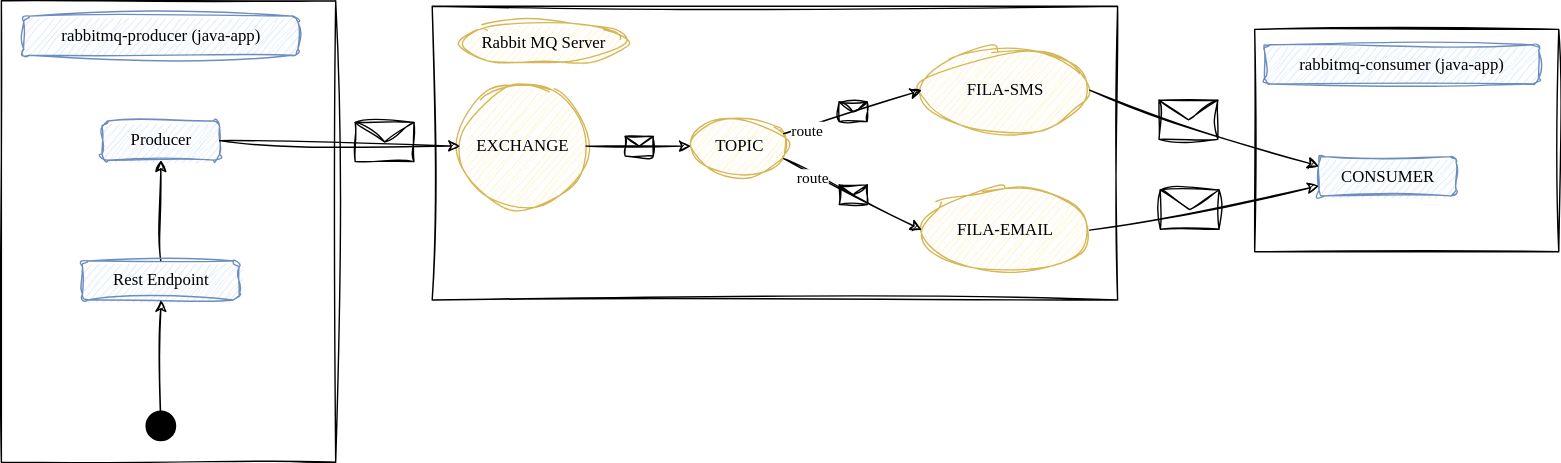
The draw.io diagram rabbitmq/arquitetura.drawio.svg in ramiralvesmelo/spring-boot-projetos, before a commit. Source tidied: cells renumbered, new cells last; positions are measured from the earlier drawing's top-left corner, leaving out a move shared by most shapes.
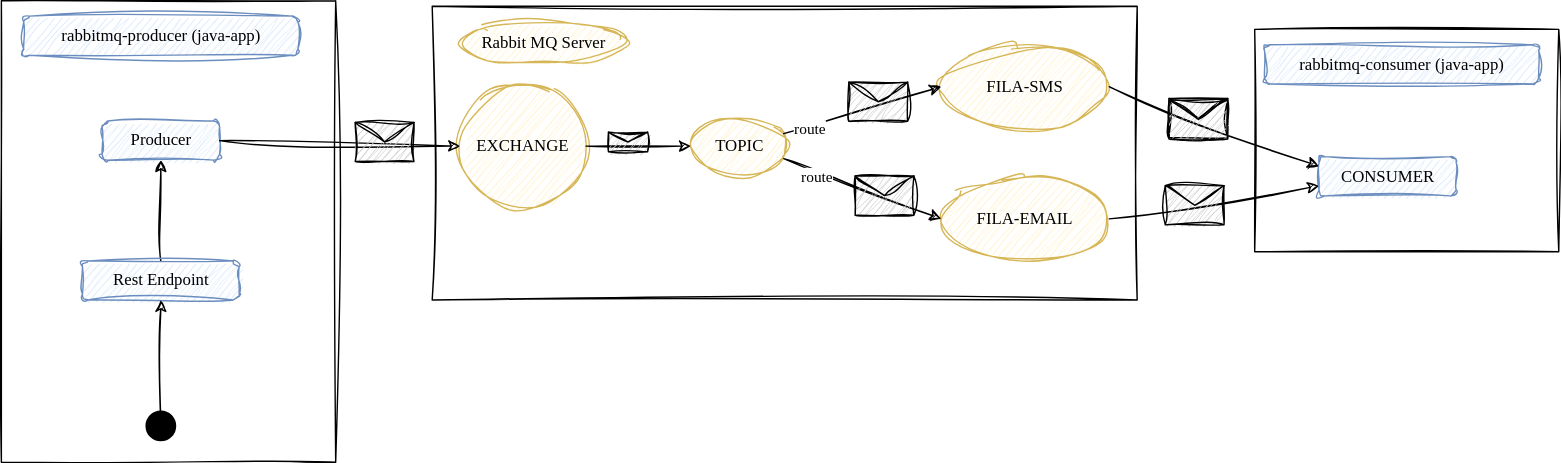
The same diagram one commit later.

Diff of the diagram source:
```diff
@@ -6,7 +6,7 @@
       <mxGeometry x="896" y="20.5" width="217.4" height="159" as="geometry" />
     </mxCell>
     <mxCell id="3" style="rounded=0;whiteSpace=wrap;html=1;shadow=0;sketch=1;strokeColor=#000000;fillColor=none;gradientColor=none;curveFitting=1;jiggle=2;fontFamily=Comic Sans MS;" parent="1" vertex="1">
-      <mxGeometry x="308" y="4" width="490" height="210" as="geometry" />
+      <mxGeometry x="308" y="4" width="504" height="210" as="geometry" />
     </mxCell>
     <mxCell id="4" style="rounded=0;whiteSpace=wrap;html=1;shadow=0;sketch=1;strokeColor=#000000;fillColor=none;gradientColor=none;curveFitting=1;jiggle=2;fontFamily=Comic Sans MS;" parent="1" vertex="1">
       <mxGeometry width="239" height="330" as="geometry" />
@@ -33,31 +33,31 @@
       <mxGeometry x="328" y="59" width="90" height="90" as="geometry" />
     </mxCell>
     <mxCell id="12" value="FILA-SMS" style="ellipse;whiteSpace=wrap;html=1;rounded=1;shadow=0;sketch=1;strokeColor=#d6b656;fillColor=#fff2cc;curveFitting=1;jiggle=2;fontFamily=Comic Sans MS;" parent="1" vertex="1">
-      <mxGeometry x="658" y="34" width="120" height="60" as="geometry" />
+      <mxGeometry x="672" y="31.5" width="120" height="60" as="geometry" />
     </mxCell>
     <mxCell id="13" value="TOPIC" style="ellipse;whiteSpace=wrap;html=1;rounded=1;shadow=0;sketch=1;strokeColor=#d6b656;fillColor=#fff2cc;curveFitting=1;jiggle=2;fontFamily=Comic Sans MS;" parent="1" vertex="1">
       <mxGeometry x="493" y="84" width="70" height="40" as="geometry" />
     </mxCell>
     <mxCell id="14" value="FILA-EMAIL" style="ellipse;whiteSpace=wrap;html=1;rounded=1;shadow=0;sketch=1;strokeColor=#d6b656;fillColor=#fff2cc;curveFitting=1;jiggle=2;fontFamily=Comic Sans MS;" parent="1" vertex="1">
-      <mxGeometry x="658" y="134" width="120" height="60" as="geometry" />
+      <mxGeometry x="672" y="126" width="120" height="60" as="geometry" />
     </mxCell>
     <mxCell id="15" style="endArrow=classic;html=1;exitX=1;exitY=0.75;exitDx=0;exitDy=0;entryX=0;entryY=0.5;entryDx=0;entryDy=0;sketch=1;curveFitting=1;jiggle=2;fontFamily=Comic Sans MS;" parent="1" edge="1" source="13" target="14">
       <mxGeometry relative="1" as="geometry" />
     </mxCell>
-    <mxCell id="16" style="shape=message;html=1;rounded=1;shadow=0;sketch=1;strokeColor=#000000;fillColor=none;gradientColor=none;curveFitting=1;jiggle=2;fontFamily=Comic Sans MS;" parent="15" vertex="1">
-      <mxGeometry width="20" height="14" relative="1" as="geometry">
-        <mxPoint x="-10" y="-7" as="offset" />
-      </mxGeometry>
-    </mxCell>
     <mxCell id="17" value="route" style="edgeLabel;html=1;align=center;verticalAlign=middle;fontFamily=Comic Sans MS;" parent="15" vertex="1">
       <mxGeometry x="-0.57" y="-3" relative="1" as="geometry" />
     </mxCell>
+    <mxCell id="32" style="shape=message;html=1;rounded=1;shadow=0;sketch=1;strokeColor=#000000;fillColor=#C9C9C9;gradientColor=none;curveFitting=1;jiggle=2;fontFamily=Comic Sans MS;" parent="15" vertex="1">
+      <mxGeometry width="42" height="28" relative="1" as="geometry">
+        <mxPoint x="-5" y="-9" as="offset" />
+      </mxGeometry>
+    </mxCell>
     <mxCell id="18" style="endArrow=classic;html=1;exitX=1;exitY=0.25;exitDx=0;exitDy=0;entryX=0;entryY=0.5;entryDx=0;entryDy=0;sketch=1;curveFitting=1;jiggle=2;fontFamily=Comic Sans MS;" parent="1" edge="1" source="13" target="12">
       <mxGeometry relative="1" as="geometry" />
     </mxCell>
-    <mxCell id="19" style="shape=message;html=1;rounded=1;shadow=0;sketch=1;strokeColor=#000000;fillColor=none;gradientColor=none;curveFitting=1;jiggle=2;fontFamily=Comic Sans MS;" parent="18" vertex="1">
-      <mxGeometry width="20" height="14" relative="1" as="geometry">
-        <mxPoint x="-10" y="-7" as="offset" />
+    <mxCell id="19" style="shape=message;html=1;rounded=1;shadow=0;sketch=1;strokeColor=#000000;fillColor=#C9C9C9;gradientColor=none;curveFitting=1;jiggle=2;fontFamily=Comic Sans MS;" parent="18" vertex="1">
+      <mxGeometry width="42" height="28" relative="1" as="geometry">
+        <mxPoint x="-10" y="-20" as="offset" />
       </mxGeometry>
     </mxCell>
     <mxCell id="20" value="route" style="edgeLabel;html=1;align=center;verticalAlign=middle;fontFamily=Comic Sans MS;" parent="18" vertex="1">
@@ -66,7 +66,7 @@
     <mxCell id="21" style="endArrow=classic;html=1;exitX=1;exitY=0.5;exitDx=0;exitDy=0;entryX=0;entryY=0.5;entryDx=0;entryDy=0;sketch=1;curveFitting=1;jiggle=2;fontFamily=Comic Sans MS;" parent="1" edge="1" source="5" target="11">
       <mxGeometry relative="1" as="geometry" />
     </mxCell>
-    <mxCell id="22" style="shape=message;html=1;rounded=1;shadow=0;sketch=1;strokeColor=#000000;fillColor=none;gradientColor=none;curveFitting=1;jiggle=2;fontFamily=Comic Sans MS;" parent="21" vertex="1">
+    <mxCell id="22" style="shape=message;html=1;rounded=1;shadow=0;sketch=1;strokeColor=#000000;fillColor=#C9C9C9;gradientColor=none;curveFitting=1;jiggle=2;fontFamily=Comic Sans MS;" parent="21" vertex="1">
       <mxGeometry width="42" height="28" relative="1" as="geometry">
         <mxPoint x="11" y="-15" as="offset" />
       </mxGeometry>
@@ -74,9 +74,9 @@
     <mxCell id="23" style="endArrow=classic;html=1;exitX=1;exitY=0.5;exitDx=0;exitDy=0;entryX=0;entryY=0.5;entryDx=0;entryDy=0;sketch=1;curveFitting=1;jiggle=2;fontFamily=Comic Sans MS;" parent="1" edge="1" source="11" target="13">
       <mxGeometry relative="1" as="geometry" />
     </mxCell>
-    <mxCell id="24" style="shape=message;html=1;rounded=1;shadow=0;sketch=1;strokeColor=#000000;fillColor=none;gradientColor=none;curveFitting=1;jiggle=2;fontFamily=Comic Sans MS;" parent="23" vertex="1">
-      <mxGeometry width="20" height="14" relative="1" as="geometry">
-        <mxPoint x="-10" y="-7" as="offset" />
+    <mxCell id="24" style="shape=message;html=1;rounded=1;shadow=0;sketch=1;strokeColor=#000000;fillColor=#C9C9C9;gradientColor=none;curveFitting=1;jiggle=2;fontFamily=Comic Sans MS;" parent="23" vertex="1">
+      <mxGeometry width="28" height="14" relative="1" as="geometry">
+        <mxPoint x="-22" y="-10" as="offset" />
       </mxGeometry>
     </mxCell>
     <mxCell id="25" value="CONSUMER" style="text;html=1;align=center;verticalAlign=middle;points=[];strokeColor=#6c8ebf;fillColor=#dae8fc;rounded=1;shadow=0;sketch=1;curveFitting=1;jiggle=2;fontFamily=Comic Sans MS;" parent="1" vertex="1">
@@ -90,12 +90,17 @@
         <mxPoint x="-32" y="-20" as="offset" />
       </mxGeometry>
     </mxCell>
+    <mxCell id="33" style="shape=message;html=1;rounded=1;shadow=0;sketch=1;strokeColor=#000000;fillColor=#C9C9C9;gradientColor=none;curveFitting=1;jiggle=2;fontFamily=Comic Sans MS;" parent="26" vertex="1">
+      <mxGeometry width="42" height="28" relative="1" as="geometry">
+        <mxPoint x="-32" y="-19" as="offset" />
+      </mxGeometry>
+    </mxCell>
     <mxCell id="28" style="endArrow=classic;html=1;exitX=1;exitY=0.5;exitDx=0;exitDy=0;entryX=0;entryY=0.75;entryDx=0;entryDy=0;sketch=1;curveFitting=1;jiggle=2;fontFamily=Comic Sans MS;" parent="1" edge="1" source="14" target="25">
       <mxGeometry relative="1" as="geometry" />
     </mxCell>
-    <mxCell id="29" style="shape=message;html=1;rounded=1;shadow=0;sketch=1;strokeColor=#000000;fillColor=none;gradientColor=none;curveFitting=1;jiggle=2;fontFamily=Comic Sans MS;" parent="28" vertex="1">
+    <mxCell id="29" style="shape=message;html=1;rounded=1;shadow=0;sketch=1;strokeColor=#000000;fillColor=#C9C9C9;gradientColor=none;curveFitting=1;jiggle=2;fontFamily=Comic Sans MS;" parent="28" vertex="1">
       <mxGeometry width="42" height="28" relative="1" as="geometry">
-        <mxPoint x="-31" y="-13" as="offset" />
+        <mxPoint x="-35" y="-12" as="offset" />
       </mxGeometry>
     </mxCell>
     <mxCell id="30" value="rabbitmq-consumer (java-app)" style="text;html=1;align=center;verticalAlign=middle;strokeColor=#6c8ebf;fillColor=#dae8fc;rounded=1;shadow=0;sketch=1;curveFitting=1;jiggle=2;fontFamily=Comic Sans MS;" parent="1" vertex="1">
```
